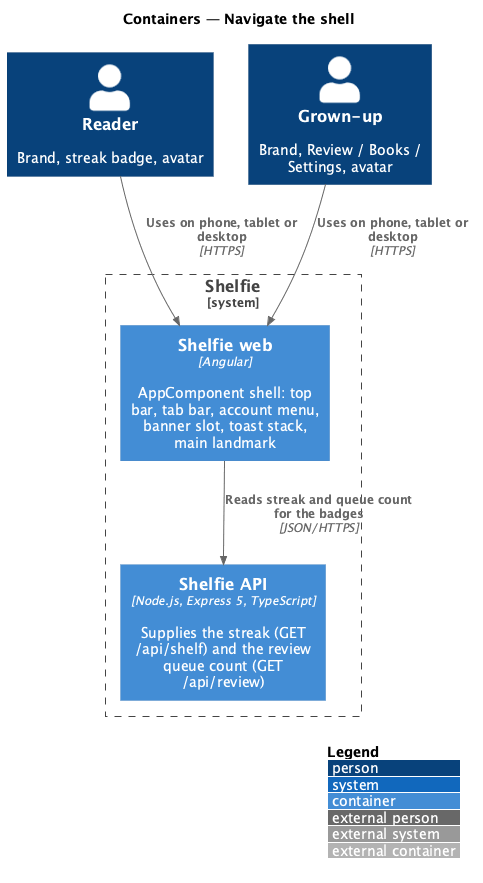
QuinntyneBrown/shelfie keeps this PlantUML diagram as docs/detailed-designs/shell/navigate-shell/diagrams/c4-container.png. Above is the earlier version.
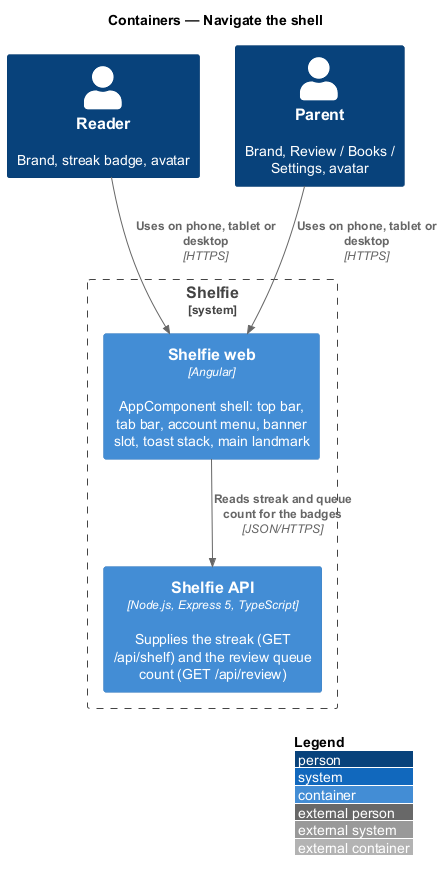
After the change.

What changed in the source:
```diff
@@ -4,7 +4,7 @@
 title Containers — Navigate the shell
 
 Person(reader, "Reader", "Brand, streak badge, avatar")
-Person(grownUp, "Grown-up", "Brand, Review / Books / Settings, avatar")
+Person(grownUp, "Parent", "Brand, Review / Books / Settings, avatar")
 System_Boundary(shelfie, "Shelfie") {
   Container(web, "Shelfie web", "Angular", "AppComponent shell: top bar, tab bar, account menu, banner slot, toast stack, main landmark")
   Container(api, "Shelfie API", "Node.js, Express 5, TypeScript", "Supplies the streak (GET /api/shelf) and the review queue count (GET /api/review)")
```
